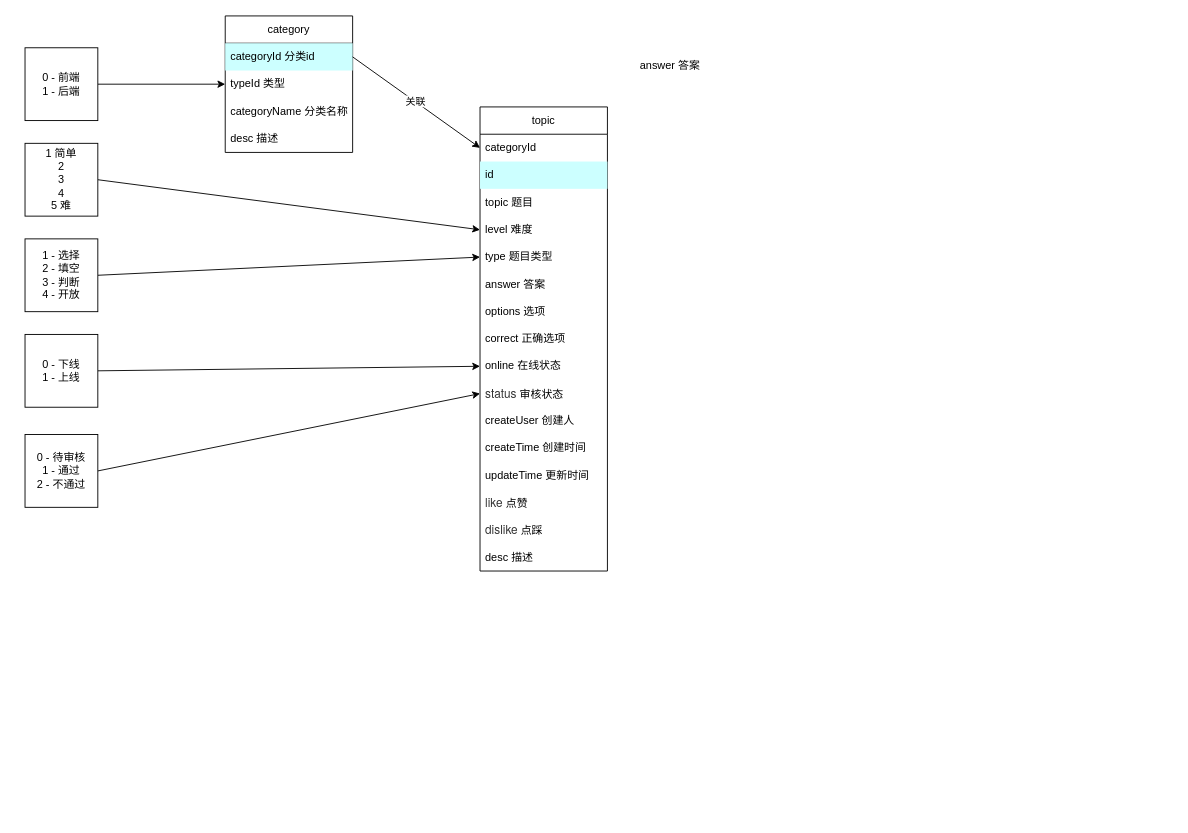
This is dataModel/model.dio from a835100635/face_server, a draw.io file, before an edit. Source tidied: cells renumbered, new cells numbered last; positions are measured from the earlier drawing's top-left corner, leaving out a move shared by most shapes. Both pictures are drawn from the tidied source at 91%, with x=0, y=0 at pixel (25, 15).
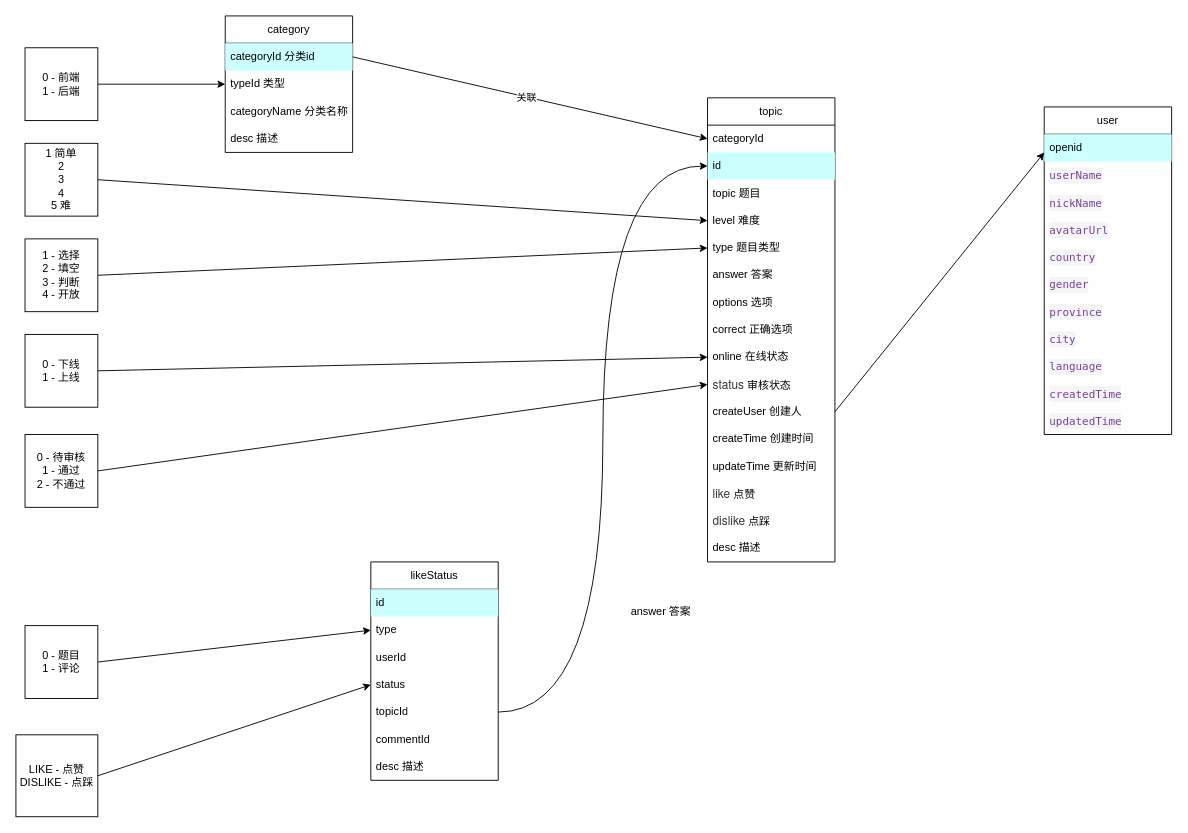
The same page after the edit.

The change refers to these unchanged cells:
```xml
<mxCell id="9" value="id" style="text;strokeColor=none;fillColor=#CCFFFF;align=left;verticalAlign=middle;spacingLeft=4;spacingRight=4;overflow=hidden;points=[[0,0.5],[1,0.5]];portConstraint=eastwest;whiteSpace=wrap;html=1;" parent="7" vertex="1">
  <mxGeometry y="60" width="140" height="30" as="geometry" />
</mxCell>
<mxCell id="18" value="createUser 创建人" style="text;strokeColor=none;fillColor=none;align=left;verticalAlign=middle;spacingLeft=4;spacingRight=4;overflow=hidden;points=[[0,0.5],[1,0.5]];portConstraint=eastwest;whiteSpace=wrap;html=1;" parent="7" vertex="1">
  <mxGeometry y="330" width="140" height="30" as="geometry" />
</mxCell>
```

Change to the diagram source:
```diff
@@
     <mxCell id="7" value="topic" style="swimlane;fontStyle=0;horizontal=1;startSize=30;whiteSpace=wrap;html=1;" parent="1" vertex="1">
-      <mxGeometry x="500" y="100" width="140" height="510" as="geometry" />
+      <mxGeometry x="750" y="90" width="140" height="510" as="geometry" />
     </mxCell>
@@
     <mxCell id="26" value="answer 答案" style="text;strokeColor=none;fillColor=none;align=left;verticalAlign=middle;spacingLeft=4;spacingRight=4;overflow=hidden;whiteSpace=wrap;html=1;" parent="1" vertex="1">
-      <mxGeometry x="670" y="40" width="140" height="30" as="geometry" />
+      <mxGeometry x="660" y="640" width="140" height="30" as="geometry" />
     </mxCell>
@@
+    <mxCell id="37" value="likeStatus" style="swimlane;fontStyle=0;horizontal=1;startSize=30;whiteSpace=wrap;html=1;" parent="1" vertex="1">
+      <mxGeometry x="380" y="600" width="140" height="240" as="geometry" />
+    </mxCell>
+    <mxCell id="38" value="id" style="text;strokeColor=none;fillColor=#CCFFFF;align=left;verticalAlign=middle;spacingLeft=4;spacingRight=4;overflow=hidden;whiteSpace=wrap;html=1;" parent="37" vertex="1">
+      <mxGeometry y="30" width="140" height="30" as="geometry" />
+    </mxCell>
+    <mxCell id="39" value="type" style="text;strokeColor=none;fillColor=none;align=left;verticalAlign=middle;spacingLeft=4;spacingRight=4;overflow=hidden;points=[[0,0.5],[1,0.5]];portConstraint=eastwest;whiteSpace=wrap;html=1;" parent="37" vertex="1">
+      <mxGeometry y="60" width="140" height="30" as="geometry" />
+    </mxCell>
+    <mxCell id="40" value="userId" style="text;strokeColor=none;fillColor=none;align=left;verticalAlign=middle;spacingLeft=4;spacingRight=4;overflow=hidden;whiteSpace=wrap;html=1;" parent="37" vertex="1">
+      <mxGeometry y="90" width="140" height="30" as="geometry" />
+    </mxCell>
+    <mxCell id="41" value="status" style="text;strokeColor=none;fillColor=none;align=left;verticalAlign=middle;spacingLeft=4;spacingRight=4;overflow=hidden;points=[[0,0.5],[1,0.5]];portConstraint=eastwest;whiteSpace=wrap;html=1;" parent="37" vertex="1">
+      <mxGeometry y="120" width="140" height="30" as="geometry" />
+    </mxCell>
+    <mxCell id="42" value="topicId" style="text;strokeColor=none;fillColor=none;align=left;verticalAlign=middle;spacingLeft=4;spacingRight=4;overflow=hidden;points=[[0,0.5],[1,0.5]];portConstraint=eastwest;whiteSpace=wrap;html=1;" parent="37" vertex="1">
+      <mxGeometry y="150" width="140" height="30" as="geometry" />
+    </mxCell>
+    <mxCell id="43" value="commentId" style="text;strokeColor=none;fillColor=none;align=left;verticalAlign=middle;spacingLeft=4;spacingRight=4;overflow=hidden;whiteSpace=wrap;html=1;" parent="37" vertex="1">
+      <mxGeometry y="180" width="140" height="30" as="geometry" />
+    </mxCell>
+    <mxCell id="44" value="desc 描述" style="text;strokeColor=none;fillColor=none;align=left;verticalAlign=middle;spacingLeft=4;spacingRight=4;overflow=hidden;whiteSpace=wrap;html=1;" parent="37" vertex="1">
+      <mxGeometry y="210" width="140" height="30" as="geometry" />
+    </mxCell>
+    <mxCell id="45" style="edgeStyle=none;html=1;exitX=1;exitY=0.5;exitDx=0;exitDy=0;entryX=0;entryY=0.5;entryDx=0;entryDy=0;" parent="1" edge="1" source="46" target="39">
+      <mxGeometry relative="1" as="geometry" />
+    </mxCell>
+    <mxCell id="46" value="0 - 题目&lt;br&gt;1 - 评论" style="whiteSpace=wrap;html=1;" parent="1" vertex="1">
+      <mxGeometry y="670" width="80" height="80" as="geometry" />
+    </mxCell>
+    <mxCell id="47" style="edgeStyle=none;html=1;exitX=1;exitY=0.5;exitDx=0;exitDy=0;entryX=0;entryY=0.5;entryDx=0;entryDy=0;" parent="1" edge="1" source="48" target="41">
+      <mxGeometry relative="1" as="geometry" />
+    </mxCell>
+    <mxCell id="48" value="LIKE - 点赞&lt;br&gt;DISLIKE - 点踩" style="whiteSpace=wrap;html=1;" parent="1" vertex="1">
+      <mxGeometry x="-10" y="790" width="90" height="90" as="geometry" />
+    </mxCell>
+    <mxCell id="49" style="edgeStyle=orthogonalEdgeStyle;html=1;exitX=1;exitY=0.5;exitDx=0;exitDy=0;curved=1;entryX=0;entryY=0.5;entryDx=0;entryDy=0;" parent="1" edge="1" source="42" target="9">
+      <mxGeometry relative="1" as="geometry" />
+    </mxCell>
+    <mxCell id="50" value="user" style="swimlane;fontStyle=0;horizontal=1;startSize=30;whiteSpace=wrap;html=1;" parent="1" vertex="1">
+      <mxGeometry x="1120" y="100" width="140" height="360" as="geometry" />
+    </mxCell>
+    <mxCell id="51" value="openid" style="text;strokeColor=none;fillColor=#CCFFFF;align=left;verticalAlign=middle;spacingLeft=4;spacingRight=4;overflow=hidden;whiteSpace=wrap;html=1;" parent="50" vertex="1">
+      <mxGeometry y="30" width="140" height="30" as="geometry" />
+    </mxCell>
+    <mxCell id="52" value="&lt;div style=&quot;color: rgb(51, 51, 51); background-color: rgb(245, 245, 245); font-family: &amp;quot;JetBrains Mono&amp;quot;, Menlo, Monaco, &amp;quot;Courier New&amp;quot;, monospace, Menlo, Monaco, &amp;quot;Courier New&amp;quot;, monospace; line-height: 18px;&quot;&gt;&lt;span style=&quot;color: #7a3e9d;&quot;&gt;userName&lt;/span&gt;&lt;/div&gt;" style="text;strokeColor=none;fillColor=none;align=left;verticalAlign=middle;spacingLeft=4;spacingRight=4;overflow=hidden;whiteSpace=wrap;html=1;" parent="50" vertex="1">
+      <mxGeometry y="60" width="140" height="30" as="geometry" />
+    </mxCell>
+    <mxCell id="53" value="&lt;div style=&quot;color: rgb(51, 51, 51); background-color: rgb(245, 245, 245); font-family: &amp;quot;JetBrains Mono&amp;quot;, Menlo, Monaco, &amp;quot;Courier New&amp;quot;, monospace, Menlo, Monaco, &amp;quot;Courier New&amp;quot;, monospace; line-height: 18px;&quot;&gt;&lt;span style=&quot;color: #7a3e9d;&quot;&gt;nickName&lt;/span&gt;&lt;/div&gt;" style="text;strokeColor=none;fillColor=none;align=left;verticalAlign=middle;spacingLeft=4;spacingRight=4;overflow=hidden;whiteSpace=wrap;html=1;" parent="50" vertex="1">
+      <mxGeometry y="90" width="140" height="30" as="geometry" />
+    </mxCell>
+    <mxCell id="54" value="&lt;div style=&quot;color: rgb(51, 51, 51); background-color: rgb(245, 245, 245); font-family: &amp;quot;JetBrains Mono&amp;quot;, Menlo, Monaco, &amp;quot;Courier New&amp;quot;, monospace, Menlo, Monaco, &amp;quot;Courier New&amp;quot;, monospace; line-height: 18px;&quot;&gt;&lt;span style=&quot;color: #7a3e9d;&quot;&gt;avatarUrl&lt;/span&gt;&lt;/div&gt;" style="text;strokeColor=none;fillColor=none;align=left;verticalAlign=middle;spacingLeft=4;spacingRight=4;overflow=hidden;whiteSpace=wrap;html=1;" parent="50" vertex="1">
+      <mxGeometry y="120" width="140" height="30" as="geometry" />
+    </mxCell>
+    <mxCell id="55" value="&lt;div style=&quot;color: rgb(51, 51, 51); background-color: rgb(245, 245, 245); font-family: &amp;quot;JetBrains Mono&amp;quot;, Menlo, Monaco, &amp;quot;Courier New&amp;quot;, monospace, Menlo, Monaco, &amp;quot;Courier New&amp;quot;, monospace; line-height: 18px;&quot;&gt;&lt;span style=&quot;color: #7a3e9d;&quot;&gt;country&lt;/span&gt;&lt;/div&gt;" style="text;strokeColor=none;fillColor=none;align=left;verticalAlign=middle;spacingLeft=4;spacingRight=4;overflow=hidden;whiteSpace=wrap;html=1;" parent="50" vertex="1">
+      <mxGeometry y="150" width="140" height="30" as="geometry" />
+    </mxCell>
+    <mxCell id="56" value="&lt;div style=&quot;color: rgb(51, 51, 51); background-color: rgb(245, 245, 245); font-family: &amp;quot;JetBrains Mono&amp;quot;, Menlo, Monaco, &amp;quot;Courier New&amp;quot;, monospace, Menlo, Monaco, &amp;quot;Courier New&amp;quot;, monospace; line-height: 18px;&quot;&gt;&lt;span style=&quot;color: #7a3e9d;&quot;&gt;gender&lt;/span&gt;&lt;/div&gt;" style="text;strokeColor=none;fillColor=none;align=left;verticalAlign=middle;spacingLeft=4;spacingRight=4;overflow=hidden;whiteSpace=wrap;html=1;" parent="50" vertex="1">
+      <mxGeometry y="180" width="140" height="30" as="geometry" />
+    </mxCell>
+    <mxCell id="57" value="&lt;div style=&quot;color: rgb(51, 51, 51); background-color: rgb(245, 245, 245); font-family: &amp;quot;JetBrains Mono&amp;quot;, Menlo, Monaco, &amp;quot;Courier New&amp;quot;, monospace, Menlo, Monaco, &amp;quot;Courier New&amp;quot;, monospace; line-height: 18px;&quot;&gt;&lt;span style=&quot;color: #7a3e9d;&quot;&gt;province&lt;/span&gt;&lt;/div&gt;" style="text;strokeColor=none;fillColor=none;align=left;verticalAlign=middle;spacingLeft=4;spacingRight=4;overflow=hidden;whiteSpace=wrap;html=1;" parent="50" vertex="1">
+      <mxGeometry y="210" width="140" height="30" as="geometry" />
+    </mxCell>
+    <mxCell id="58" value="&lt;div style=&quot;color: rgb(51, 51, 51); background-color: rgb(245, 245, 245); font-family: &amp;quot;JetBrains Mono&amp;quot;, Menlo, Monaco, &amp;quot;Courier New&amp;quot;, monospace, Menlo, Monaco, &amp;quot;Courier New&amp;quot;, monospace; line-height: 18px;&quot;&gt;&lt;span style=&quot;color: #7a3e9d;&quot;&gt;city&lt;/span&gt;&lt;/div&gt;" style="text;strokeColor=none;fillColor=none;align=left;verticalAlign=middle;spacingLeft=4;spacingRight=4;overflow=hidden;whiteSpace=wrap;html=1;" parent="50" vertex="1">
+      <mxGeometry y="240" width="140" height="30" as="geometry" />
+    </mxCell>
+    <mxCell id="59" value="&lt;div style=&quot;color: rgb(51, 51, 51); background-color: rgb(245, 245, 245); font-family: &amp;quot;JetBrains Mono&amp;quot;, Menlo, Monaco, &amp;quot;Courier New&amp;quot;, monospace, Menlo, Monaco, &amp;quot;Courier New&amp;quot;, monospace; line-height: 18px;&quot;&gt;&lt;span style=&quot;color: #7a3e9d;&quot;&gt;language&lt;/span&gt;&lt;/div&gt;" style="text;strokeColor=none;fillColor=none;align=left;verticalAlign=middle;spacingLeft=4;spacingRight=4;overflow=hidden;whiteSpace=wrap;html=1;" parent="50" vertex="1">
+      <mxGeometry y="270" width="140" height="30" as="geometry" />
+    </mxCell>
+    <mxCell id="60" value="&lt;div style=&quot;color: rgb(51, 51, 51); background-color: rgb(245, 245, 245); font-family: &amp;quot;JetBrains Mono&amp;quot;, Menlo, Monaco, &amp;quot;Courier New&amp;quot;, monospace, Menlo, Monaco, &amp;quot;Courier New&amp;quot;, monospace; line-height: 18px;&quot;&gt;&lt;span style=&quot;color: #7a3e9d;&quot;&gt;createdTime&lt;/span&gt;&lt;/div&gt;" style="text;strokeColor=none;fillColor=none;align=left;verticalAlign=middle;spacingLeft=4;spacingRight=4;overflow=hidden;whiteSpace=wrap;html=1;" parent="50" vertex="1">
+      <mxGeometry y="300" width="140" height="30" as="geometry" />
+    </mxCell>
+    <mxCell id="61" value="&lt;div style=&quot;color: rgb(51, 51, 51); background-color: rgb(245, 245, 245); font-family: &amp;quot;JetBrains Mono&amp;quot;, Menlo, Monaco, &amp;quot;Courier New&amp;quot;, monospace, Menlo, Monaco, &amp;quot;Courier New&amp;quot;, monospace; line-height: 18px;&quot;&gt;&lt;span style=&quot;color: #7a3e9d;&quot;&gt;updatedTime&lt;/span&gt;&lt;/div&gt;" style="text;strokeColor=none;fillColor=none;align=left;verticalAlign=middle;spacingLeft=4;spacingRight=4;overflow=hidden;whiteSpace=wrap;html=1;" parent="50" vertex="1">
+      <mxGeometry y="330" width="140" height="30" as="geometry" />
+    </mxCell>
+    <mxCell id="62" style="edgeStyle=none;html=1;exitX=1;exitY=0.5;exitDx=0;exitDy=0;" parent="1" edge="1" source="18">
+      <mxGeometry relative="1" as="geometry">
+        <mxPoint x="1120" y="150" as="targetPoint" />
+      </mxGeometry>
+    </mxCell>
```
